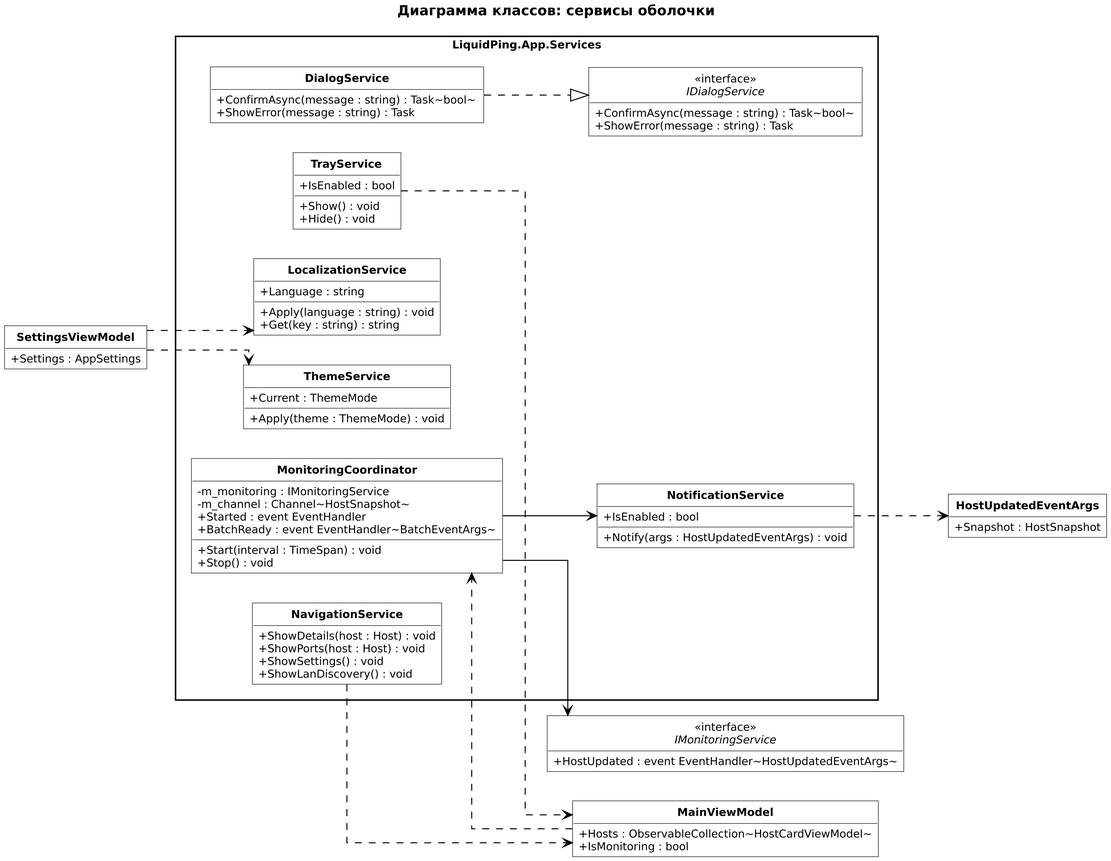
The PlantUML diagram docs/uml/img/class-services.png in Levandovskii/liquid-ping, before a commit. Its source is kept beside it as docs/uml/src/class-services.puml.
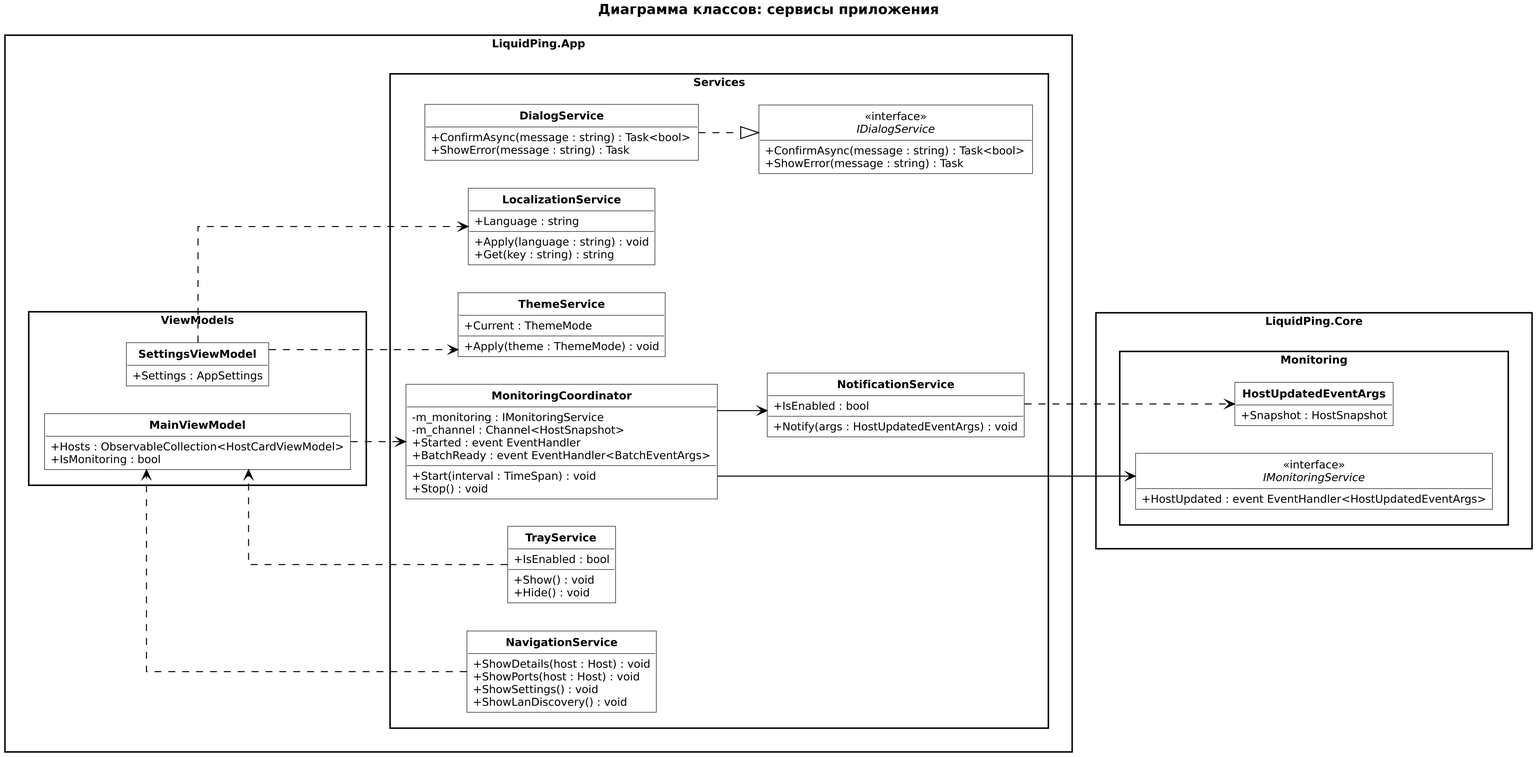
The same diagram one commit later.

The edit, as a diff of the source:
```diff
@@ -7,8 +7,8 @@
 skinparam defaultFontName "DejaVu Sans"
 skinparam defaultFontSize 11
 skinparam packageStyle rectangle
-skinparam nodesep 30
-skinparam ranksep 45
+skinparam nodesep 28
+skinparam ranksep 42
 skinparam ArrowColor #000000
 skinparam classBackgroundColor #FFFFFF
 skinparam classBorderColor #000000
@@ -18,80 +18,86 @@
 skinparam stereotypeCBackgroundColor #FFFFFF
 skinparam packageBackgroundColor #FFFFFF
 skinparam packageBorderColor #000000
-skinparam noteBackgroundColor #FFFFFF
-skinparam noteBorderColor #000000
 skinparam linetype ortho
 skinparam roundCorner 0
 hide empty members
 hide circle
 
-title Диаграмма классов: сервисы оболочки
+title Диаграмма классов: сервисы приложения
 
-package "LiquidPing.App.Services" {
-  class "**MonitoringCoordinator**" as MonitoringCoordinator {
-    -m_monitoring : IMonitoringService
-    -m_channel : Channel~HostSnapshot~
-    +Started : event EventHandler
-    +BatchReady : event EventHandler~BatchEventArgs~
-    +Start(interval : TimeSpan) : void
-    +Stop() : void
+package "LiquidPing.App" {
+  package "Services" {
+    class "**MonitoringCoordinator**" as MonitoringCoordinator {
+      -m_monitoring : IMonitoringService
+      -m_channel : Channel<HostSnapshot>
+      +Started : event EventHandler
+      +BatchReady : event EventHandler<BatchEventArgs>
+      +Start(interval : TimeSpan) : void
+      +Stop() : void
+    }
+
+    class "**NavigationService**" as NavigationService {
+      +ShowDetails(host : Host) : void
+      +ShowPorts(host : Host) : void
+      +ShowSettings() : void
+      +ShowLanDiscovery() : void
+    }
+
+    class "**NotificationService**" as NotificationService {
+      +IsEnabled : bool
+      +Notify(args : HostUpdatedEventArgs) : void
+    }
+
+    class "**ThemeService**" as ThemeService {
+      +Current : ThemeMode
+      +Apply(theme : ThemeMode) : void
+    }
+
+    class "**LocalizationService**" as LocalizationService {
+      +Language : string
+      +Apply(language : string) : void
+      +Get(key : string) : string
+    }
+
+    class "**TrayService**" as TrayService {
+      +IsEnabled : bool
+      +Show() : void
+      +Hide() : void
+    }
+
+    interface "IDialogService" as IDialogService <<interface>> {
+      +ConfirmAsync(message : string) : Task<bool>
+      +ShowError(message : string) : Task
+    }
+
+    class "**DialogService**" as DialogService {
+      +ConfirmAsync(message : string) : Task<bool>
+      +ShowError(message : string) : Task
+    }
   }
 
-  class "**NavigationService**" as NavigationService {
-    +ShowDetails(host : Host) : void
-    +ShowPorts(host : Host) : void
-    +ShowSettings() : void
-    +ShowLanDiscovery() : void
-  }
+  package "ViewModels" {
+    class "**MainViewModel**" as MainViewModel {
+      +Hosts : ObservableCollection<HostCardViewModel>
+      +IsMonitoring : bool
+    }
 
-  class "**NotificationService**" as NotificationService {
-    +IsEnabled : bool
-    +Notify(args : HostUpdatedEventArgs) : void
-  }
-
-  class "**ThemeService**" as ThemeService {
-    +Current : ThemeMode
-    +Apply(theme : ThemeMode) : void
-  }
-
-  class "**LocalizationService**" as LocalizationService {
-    +Language : string
-    +Apply(language : string) : void
-    +Get(key : string) : string
-  }
-
-  class "**TrayService**" as TrayService {
-    +IsEnabled : bool
-    +Show() : void
-    +Hide() : void
-  }
-
-  interface "IDialogService" as IDialogService <<interface>> {
-    +ConfirmAsync(message : string) : Task~bool~
-    +ShowError(message : string) : Task
-  }
-
-  class "**DialogService**" as DialogService {
-    +ConfirmAsync(message : string) : Task~bool~
-    +ShowError(message : string) : Task
+    class "**SettingsViewModel**" as SettingsViewModel {
+      +Settings : AppSettings
+    }
   }
 }
 
-class "**MainViewModel**" as MainViewModel {
-  +Hosts : ObservableCollection~HostCardViewModel~
-  +IsMonitoring : bool
-}
+package "LiquidPing.Core" {
+  package "Monitoring" {
+    interface "IMonitoringService" as IMonitoringService <<interface>> {
+      +HostUpdated : event EventHandler<HostUpdatedEventArgs>
+    }
 
-class "**SettingsViewModel**" as SettingsViewModel {
-  +Settings : AppSettings
-}
-
-interface "IMonitoringService" as IMonitoringService <<interface>> {
-  +HostUpdated : event EventHandler~HostUpdatedEventArgs~
-}
-
-class "**HostUpdatedEventArgs**" as HostUpdatedEventArgs {
-  +Snapshot : HostSnapshot
+    class "**HostUpdatedEventArgs**" as HostUpdatedEventArgs {
+      +Snapshot : HostSnapshot
+    }
+  }
 }
 
 MonitoringCoordinator --> IMonitoringService
@@ -103,5 +109,4 @@
 SettingsViewModel ..> LocalizationService
 DialogService ..|> IDialogService
 TrayService ..> MainViewModel
-
 @enduml
```
